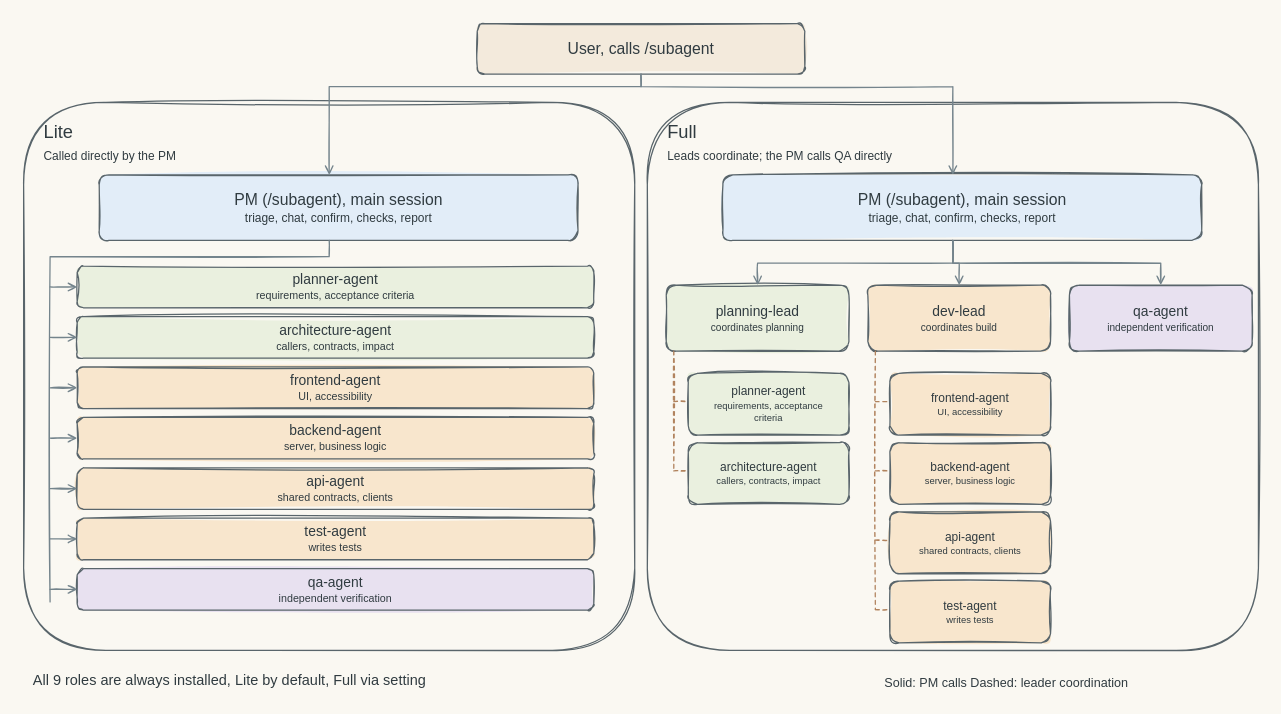
jbeat30/claude-subagent-workflow keeps this draw.io diagram as docs/assets/drawio/subagent-workflow.en.drawio. Above is the earlier version. Source tidied: cells renumbered, new cells numbered last; positions are measured from the earlier drawing's top-left corner, leaving out a move shared by most shapes. Both pictures are drawn from the tidied source at 63%, with x=0, y=0 at pixel (11, 11).
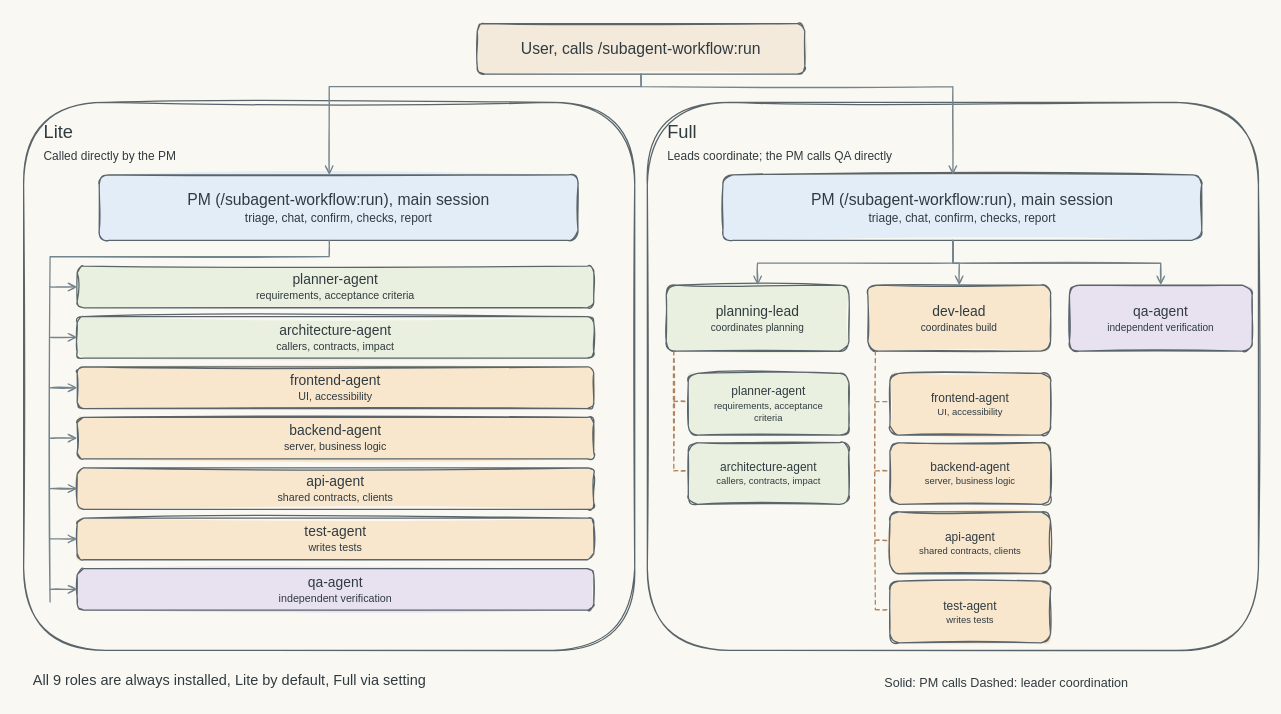
The same diagram, later.

The edit, as a diff of the source:
```diff
@@
-    <mxCell id="3" value="&lt;div style=&quot;font-size:25.0px;font-weight:normal;line-height:1.35;color:#303B40;&quot;&gt;User, calls /subagent&lt;/div&gt;" style="whiteSpace=wrap;html=1;align=center;verticalAlign=middle;fontFamily=Malgun Gothic;fontColor=#303B40;fillColor=#f3eadc;spacing=12;rounded=1;sketch=1;jiggle=2;strokeWidth=2;strokeColor=#59656b;fillOpacity=100;opacity=100;fillStyle=solid;gradientColor=none;glass=0;fontStyle=0;" parent="1" vertex="1">
+    <mxCell id="3" value="&lt;div style=&quot;font-size:25.0px;font-weight:normal;line-height:1.35;color:#303B40;&quot;&gt;User, calls /subagent-workflow:run&lt;/div&gt;" style="whiteSpace=wrap;html=1;align=center;verticalAlign=middle;fontFamily=Malgun Gothic;fontColor=#303B40;fillColor=#f3eadc;spacing=12;rounded=1;sketch=1;jiggle=2;strokeWidth=2;strokeColor=#59656b;fillOpacity=100;opacity=100;fillStyle=solid;gradientColor=none;glass=0;fontStyle=0;" parent="1" vertex="1">
       <mxGeometry x="740" y="20" width="520" height="80" as="geometry" />
     </mxCell>
@@
-    <mxCell id="5" value="&lt;div style=&quot;font-size:25.0px;font-weight:normal;line-height:1.35;color:#303B40;&quot;&gt;PM (/subagent), main session&lt;/div&gt;&lt;div style=&quot;font-size:19.0px;font-weight:normal;line-height:1.35;color:#303B40;&quot;&gt;triage, chat, confirm, checks, report&lt;/div&gt;" style="whiteSpace=wrap;html=1;align=center;verticalAlign=middle;fontFamily=Malgun Gothic;fontColor=#303B40;fillColor=#e2edf8;spacing=12;rounded=1;sketch=1;jiggle=2;strokeWidth=2;strokeColor=#59656b;fillOpacity=100;opacity=100;fillStyle=solid;gradientColor=none;glass=0;fontStyle=0;" parent="1" vertex="1">
+    <mxCell id="5" value="&lt;div style=&quot;font-size:25.0px;font-weight:normal;line-height:1.35;color:#303B40;&quot;&gt;PM (/subagent-workflow:run), main session&lt;/div&gt;&lt;div style=&quot;font-size:19.0px;font-weight:normal;line-height:1.35;color:#303B40;&quot;&gt;triage, chat, confirm, checks, report&lt;/div&gt;" style="whiteSpace=wrap;html=1;align=center;verticalAlign=middle;fontFamily=Malgun Gothic;fontColor=#303B40;fillColor=#e2edf8;spacing=12;rounded=1;sketch=1;jiggle=2;strokeWidth=2;strokeColor=#59656b;fillOpacity=100;opacity=100;fillStyle=solid;gradientColor=none;glass=0;fontStyle=0;" parent="1" vertex="1">
       <mxGeometry x="140" y="260" width="760" height="104" as="geometry" />
     </mxCell>
@@
-    <mxCell id="7" value="&lt;div style=&quot;font-size:25.0px;font-weight:normal;line-height:1.35;color:#303B40;&quot;&gt;PM (/subagent), main session&lt;/div&gt;&lt;div style=&quot;font-size:19.0px;font-weight:normal;line-height:1.35;color:#303B40;&quot;&gt;triage, chat, confirm, checks, report&lt;/div&gt;" style="whiteSpace=wrap;html=1;align=center;verticalAlign=middle;fontFamily=Malgun Gothic;fontColor=#303B40;fillColor=#e2edf8;spacing=12;rounded=1;sketch=1;jiggle=2;strokeWidth=2;strokeColor=#59656b;fillOpacity=100;opacity=100;fillStyle=solid;gradientColor=none;glass=0;fontStyle=0;" parent="1" vertex="1">
+    <mxCell id="7" value="&lt;div style=&quot;font-size:25.0px;font-weight:normal;line-height:1.35;color:#303B40;&quot;&gt;PM (/subagent-workflow:run), main session&lt;/div&gt;&lt;div style=&quot;font-size:19.0px;font-weight:normal;line-height:1.35;color:#303B40;&quot;&gt;triage, chat, confirm, checks, report&lt;/div&gt;" style="whiteSpace=wrap;html=1;align=center;verticalAlign=middle;fontFamily=Malgun Gothic;fontColor=#303B40;fillColor=#e2edf8;spacing=12;rounded=1;sketch=1;jiggle=2;strokeWidth=2;strokeColor=#59656b;fillOpacity=100;opacity=100;fillStyle=solid;gradientColor=none;glass=0;fontStyle=0;" parent="1" vertex="1">
       <mxGeometry x="1130" y="260" width="760" height="104" as="geometry" />
     </mxCell>
```
